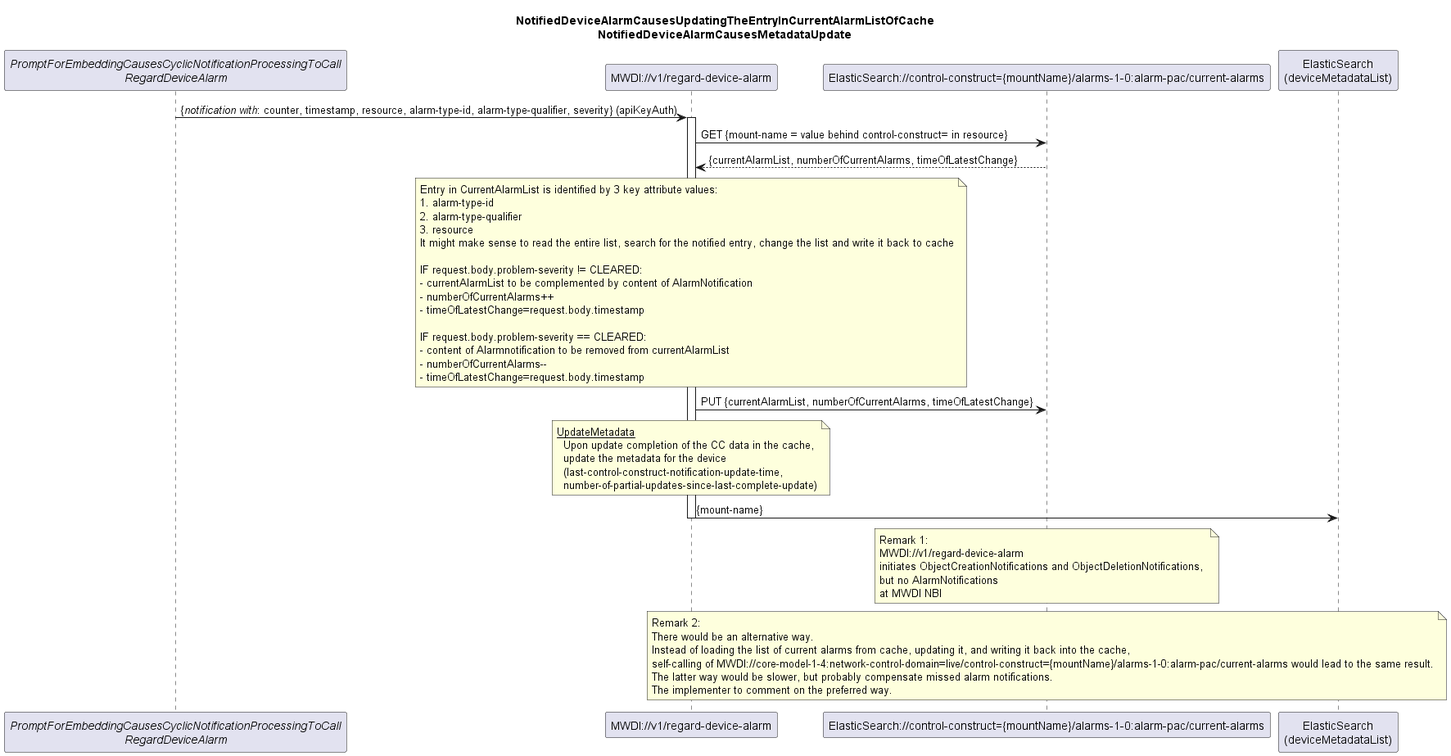
The PlantUML diagram spec/diagrams/022_NotificationBasedAlarmListUpdate.png in openBackhaul/MicroWaveDeviceInventory, before a commit.
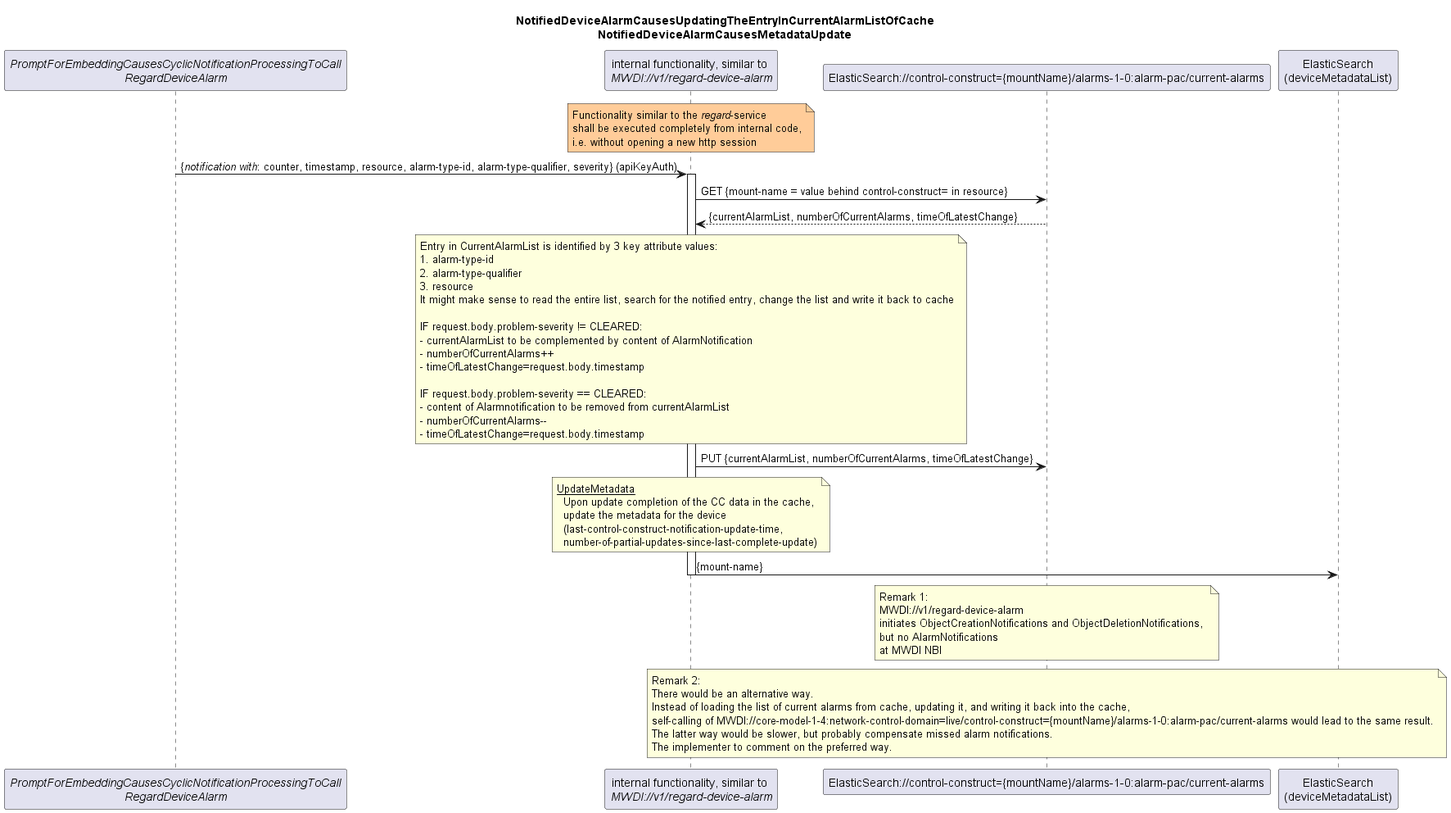
Above is the later version.

The edit, as a diff of the source:
```diff
@@ -8,9 +8,15 @@
 end title
 
 participant "<i>PromptForEmbeddingCausesCyclicNotificationProcessingToCall</i>\n<i>RegardDeviceAlarm</i>" as init
-participant "MWDI://v1/regard-device-alarm" as regardAlarm
+participant "internal functionality, similar to \n<i>MWDI://v1/regard-device-alarm</i>" as regardAlarm
 participant "ElasticSearch://control-construct={mountName}/alarms-1-0:alarm-pac/current-alarms" as CurrentAlarms
 participant "ElasticSearch\n(deviceMetadataList)" as es
+
+note over regardAlarm #ffcc99
+  Functionality similar to the <i>regard</i>-service
+  shall be executed completely from internal code,
+  i.e. without opening a new http session
+end note
 
 init -> regardAlarm: {<i>notification with</i>: counter, timestamp, resource, alarm-type-id, alarm-type-qualifier, severity} (apiKeyAuth)
 activate regardAlarm
```
